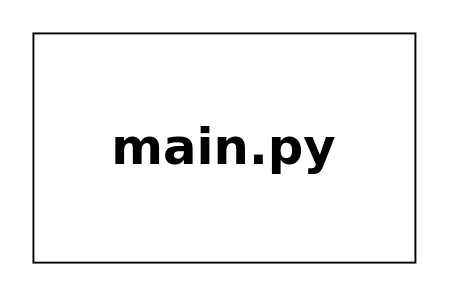
HolgerStenberg/KTH_KEX-jobb_2021 keeps this draw.io diagram as program_architecture.drawio. Above is the earlier version. Source tidied: cells renumbered, new cells numbered last; positions are measured from the earlier drawing's top-left corner, leaving out a move shared by most shapes. Both pictures are drawn from the tidied source at 191%, with x=0, y=0 at pixel (32, 32).
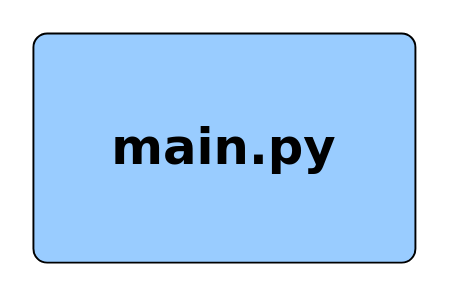
Above is the later version.

Diff of the diagram source:
```diff
@@
 <mxGraphModel>
   <root>
     <mxCell id="0" />
     <mxCell id="1" parent="0" />
     <object id="2" label="&lt;b style=&quot;font-size: 26px;&quot;&gt;%Module%&lt;br style=&quot;font-size: 26px;&quot;&gt;&lt;/b&gt;" Module="main.py" placeholders="1">
-      <mxCell style="rounded=0;whiteSpace=wrap;html=1;fontSize=26;fontFamily=Verdana;" parent="1" vertex="1">
+      <mxCell style="rounded=1;whiteSpace=wrap;html=1;fontSize=26;fontFamily=Verdana;fillColor=#99CCFF;glass=0;shadow=0;sketch=0;strokeWidth=1;arcSize=6;" parent="1" vertex="1">
         <mxGeometry width="200" height="120" as="geometry" />
       </mxCell>
     </object>
   </root>
 </mxGraphModel>
```
